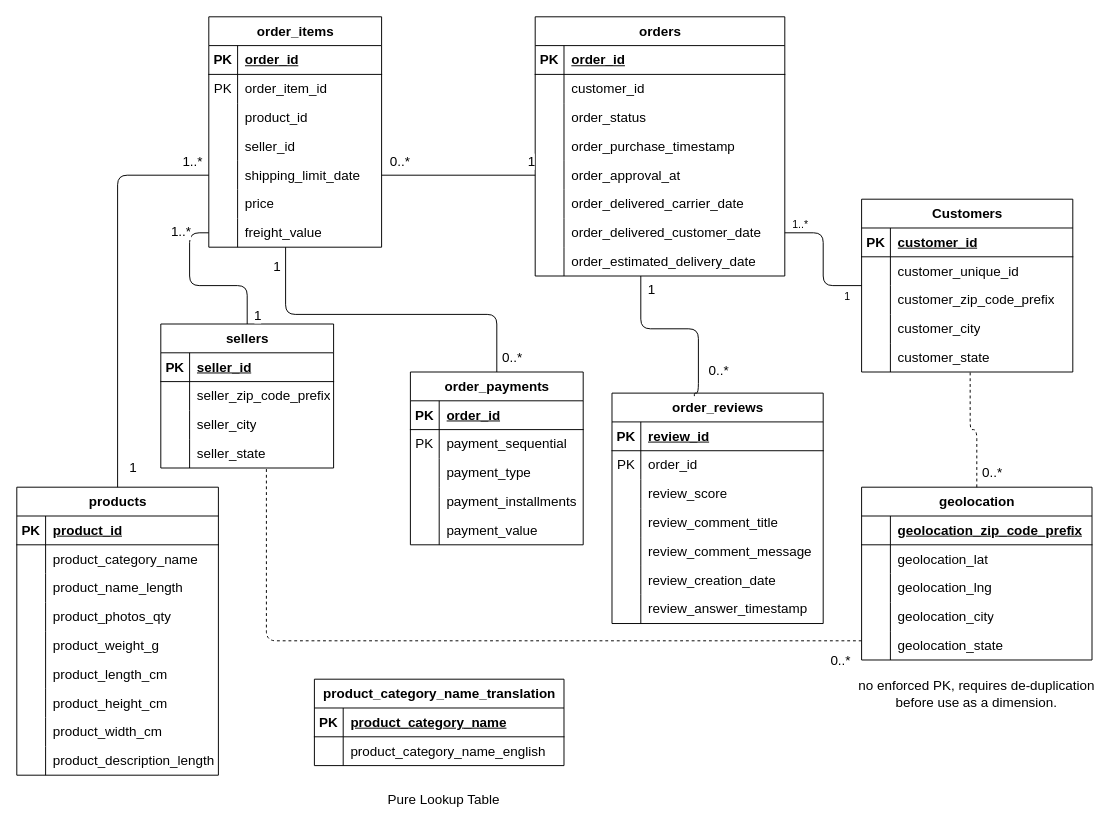
chamodSN/olist-ecommerce-data-warehouse keeps this draw.io diagram as architecture/ER Diagram.drawio. Above is the earlier version. Source tidied: cells renumbered, new cells numbered last; positions are measured from the earlier drawing's top-left corner, leaving out a move shared by most shapes. Both pictures are drawn from the tidied source at 96%, with x=0, y=0 at pixel (16, 16).
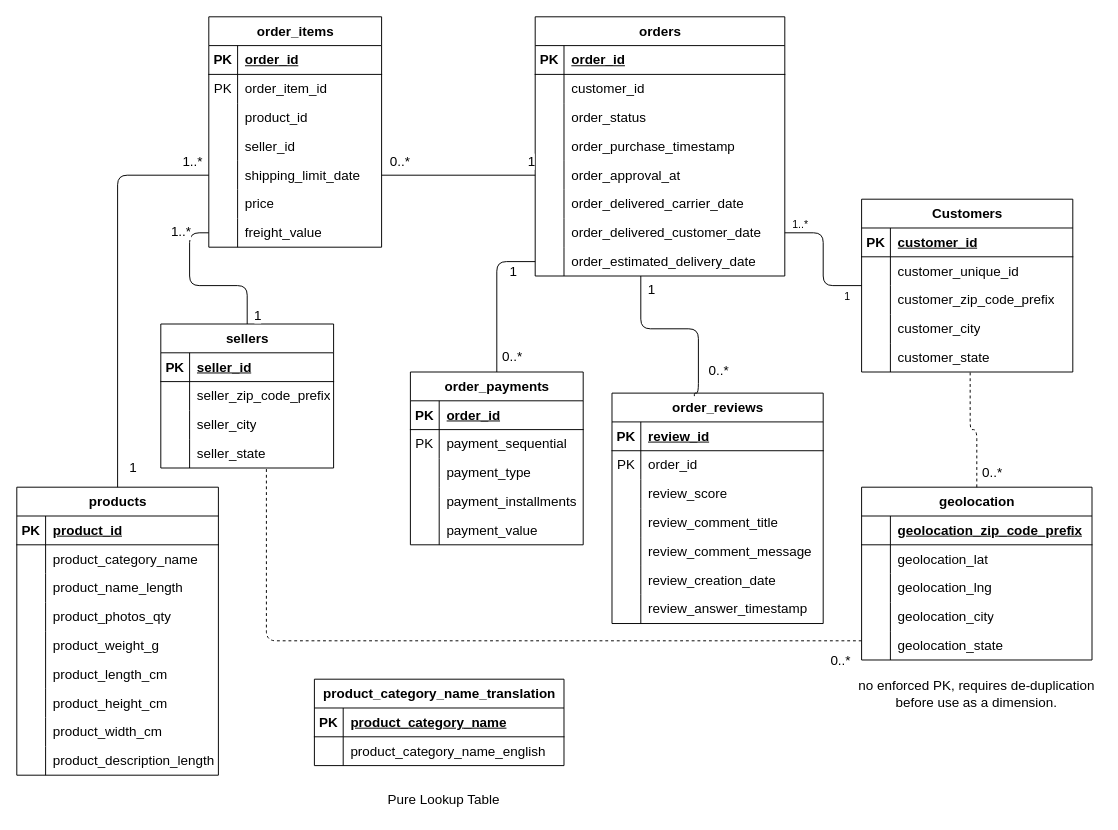
The same diagram, later.

Commit message (it also covers changes not shown here):
Document source inventory and refresh ERD

The change refers to these unchanged cells:
```xml
<mxCell id="49" style="shape=tableRow;horizontal=0;startSize=0;swimlaneHead=0;swimlaneBody=0;fillColor=none;points=[[0,0.5],[1,0.5]];portConstraint=eastwest;top=0;left=0;right=0;bottom=0;fontSize=14;" parent="27" vertex="1">
  <mxGeometry y="240" width="260" height="30" as="geometry" />
</mxCell>
<mxCell id="93" value="order_payments" style="shape=table;startSize=30;childLayout=tableLayout;rowLines=0;fontStyle=1;align=center;html=1;fontSize=14;" parent="1" vertex="1">
  <mxGeometry x="410" y="370" width="180" height="180" as="geometry" />
</mxCell>
<mxCell id="128" style="shape=tableRow;horizontal=0;startSize=0;swimlaneHead=0;swimlaneBody=0;fillColor=none;points=[[0,0.5],[1,0.5]];portConstraint=eastwest;top=0;left=0;right=0;bottom=0;fontSize=14;" parent="109" vertex="1">
  <mxGeometry y="210" width="180" height="30" as="geometry" />
</mxCell>
```

Diff of the diagram source:
```diff
@@
-    <mxCell id="178" style="edgeStyle=orthogonalEdgeStyle;rounded=1;jettySize=auto;html=1;curved=0;endArrow=none;endFill=0;entryX=0.5;entryY=0;entryDx=0;entryDy=0;fontSize=14;" parent="1" edge="1" source="128" target="93">
-      <mxGeometry relative="1" as="geometry">
-        <Array as="points">
-          <mxPoint x="280" y="310" />
-          <mxPoint x="500" y="310" />
-        </Array>
-      </mxGeometry>
+    <mxCell id="178" style="edgeStyle=orthogonalEdgeStyle;rounded=1;jettySize=auto;html=1;curved=0;endArrow=none;endFill=0;entryX=0.5;entryY=0;entryDx=0;entryDy=0;fontSize=14;exitX=0;exitY=0.5;exitDx=0;exitDy=0;" parent="1" edge="1" source="49" target="93">
+      <mxGeometry x="0.41" relative="1" as="geometry" />
     </mxCell>
     <mxCell id="179" value="0..*" style="edgeLabel;html=1;align=center;verticalAlign=middle;fontSize=14;" parent="178" vertex="1">
-      <mxGeometry x="0.91" y="2" relative="1" as="geometry">
+      <mxGeometry x="0.78" y="2" relative="1" as="geometry">
         <mxPoint x="13" as="offset" />
       </mxGeometry>
     </mxCell>
     <mxCell id="180" value="1" style="edgeLabel;html=1;align=center;verticalAlign=middle;fontSize=14;" parent="178" vertex="1">
-      <mxGeometry x="-0.95" relative="1" as="geometry">
+      <mxGeometry x="-0.82" relative="1" as="geometry">
         <mxPoint x="-10" y="10" as="offset" />
       </mxGeometry>
     </mxCell>
```
